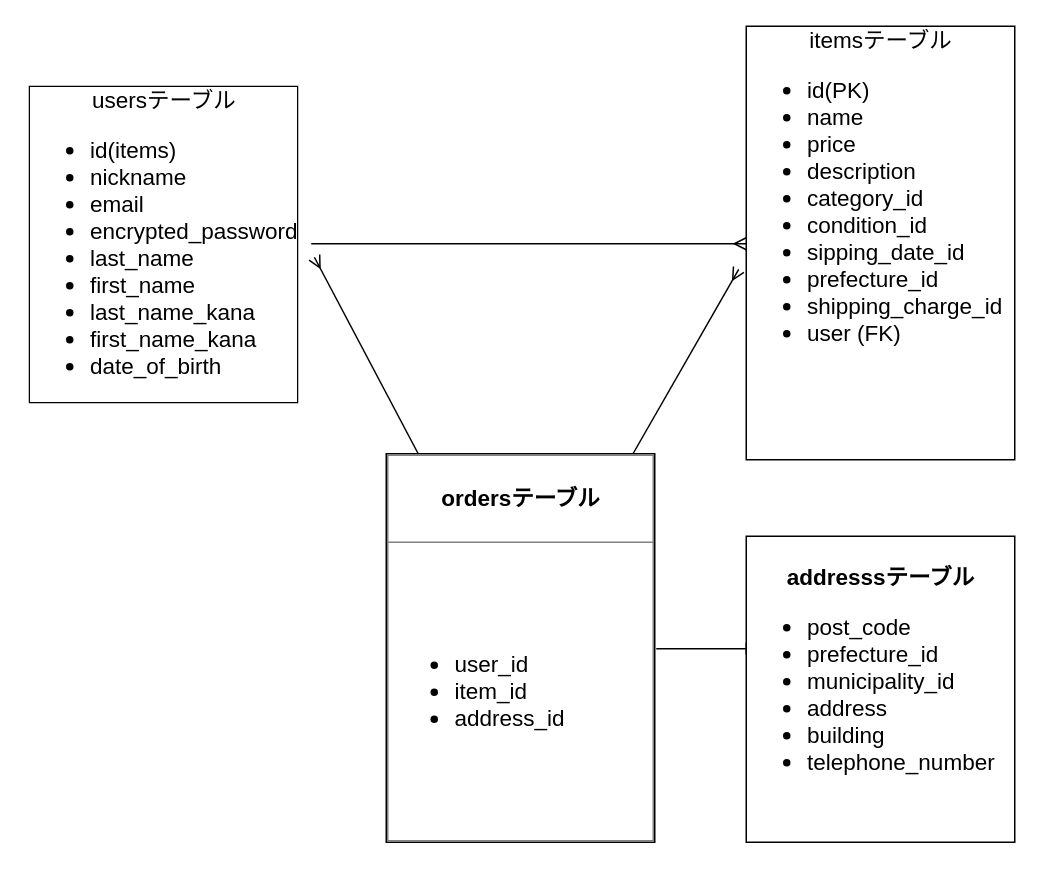
Above: test.dio in sadaharuuu1023/furima-39556 (draw.io), before the change. Source tidied: cells renumbered, new cells numbered last; positions are measured from the earlier drawing's top-left corner, leaving out a move shared by most shapes. Both pictures are drawn from the tidied source at 150%, with x=0, y=0 at pixel (26, 26).
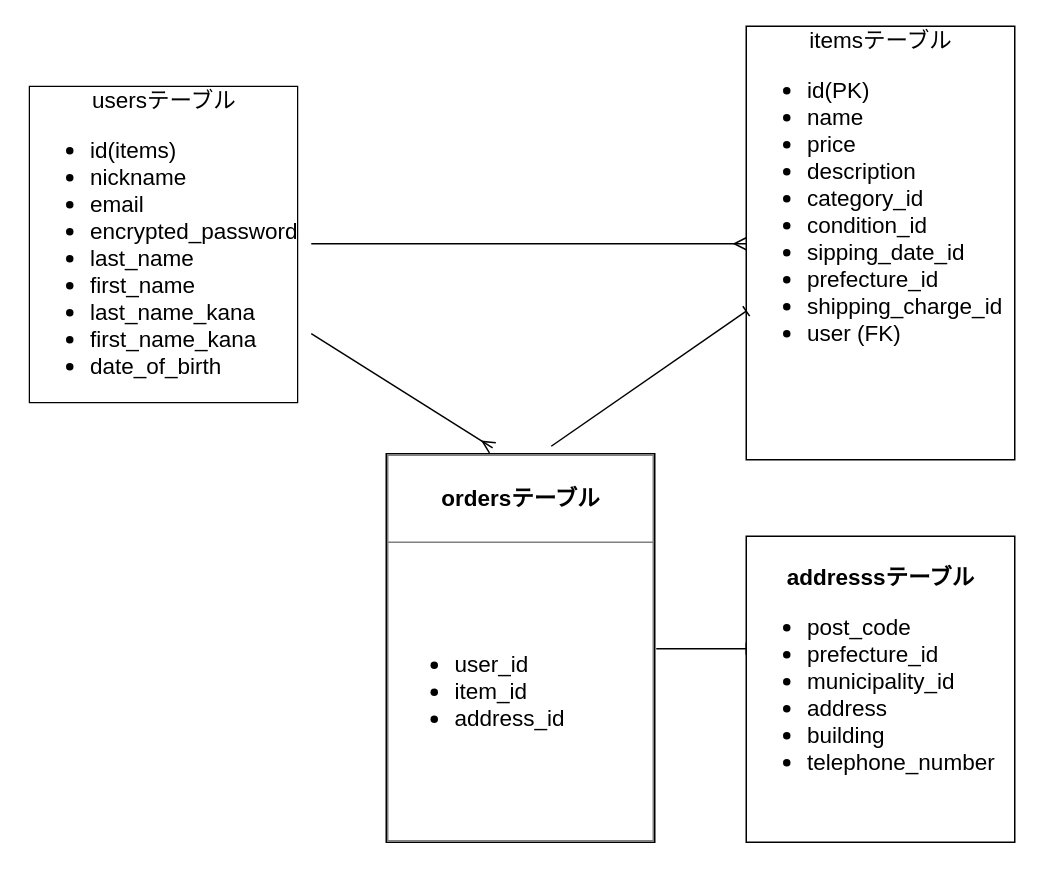
The same page after the edit.

The edit, as a diff of the source:
```diff
@@
 <mxGraphModel>
   <root>
     <mxCell id="0" />
     <mxCell id="1" parent="0" />
     <mxCell id="2" style="edgeStyle=none;html=1;exitX=1;exitY=0.5;exitDx=0;exitDy=0;fontSize=15;rounded=1;endArrow=ERmany;endFill=0;" parent="1" edge="1" source="3" target="4">
       <mxGeometry relative="1" as="geometry" />
     </mxCell>
+    <mxCell id="10" style="edgeStyle=none;html=1;entryX=0.394;entryY=-0.015;entryDx=0;entryDy=0;entryPerimeter=0;endArrow=ERmany;endFill=0;" parent="1" edge="1" source="3" target="8">
+      <mxGeometry relative="1" as="geometry" />
+    </mxCell>
     <mxCell id="3" value="&lt;div style=&quot;text-align: center; font-size: 15px;&quot;&gt;&lt;span style=&quot;background-color: initial;&quot;&gt;&lt;font style=&quot;font-size: 15px;&quot;&gt;usersテーブル&lt;/font&gt;&lt;/span&gt;&lt;/div&gt;&lt;ul style=&quot;font-size: 15px;&quot;&gt;&lt;li style=&quot;&quot;&gt;&lt;font style=&quot;font-size: 15px;&quot;&gt;id(items)&lt;/font&gt;&lt;/li&gt;&lt;li style=&quot;&quot;&gt;&lt;font style=&quot;font-size: 15px;&quot;&gt;nickname&lt;/font&gt;&lt;/li&gt;&lt;li style=&quot;&quot;&gt;&lt;font style=&quot;font-size: 15px;&quot;&gt;email&lt;/font&gt;&lt;/li&gt;&lt;li style=&quot;&quot;&gt;&lt;font style=&quot;font-size: 15px;&quot;&gt;encrypted_password&lt;/font&gt;&lt;/li&gt;&lt;li style=&quot;&quot;&gt;&lt;font style=&quot;font-size: 15px;&quot;&gt;last_name&lt;/font&gt;&lt;/li&gt;&lt;li style=&quot;&quot;&gt;&lt;font style=&quot;font-size: 15px;&quot;&gt;first_name&lt;/font&gt;&lt;/li&gt;&lt;li style=&quot;&quot;&gt;&lt;font style=&quot;font-size: 15px;&quot;&gt;last_name_kana&lt;/font&gt;&lt;/li&gt;&lt;li style=&quot;&quot;&gt;&lt;font style=&quot;font-size: 15px;&quot;&gt;first_name_kana&lt;/font&gt;&lt;/li&gt;&lt;li style=&quot;&quot;&gt;&lt;font style=&quot;font-size: 15px;&quot;&gt;date_of_birth&lt;/font&gt;&lt;/li&gt;&lt;/ul&gt;" style="text;strokeColor=none;fillColor=none;html=1;whiteSpace=wrap;verticalAlign=middle;overflow=hidden;rounded=1;align=left;labelBackgroundColor=none;labelBorderColor=default;" parent="1" vertex="1">
       <mxGeometry width="190" height="290" as="geometry" />
     </mxCell>
     <mxCell id="4" value="&lt;font style=&quot;font-size: 15px;&quot;&gt;itemsテーブル&lt;/font&gt;&lt;br&gt;&lt;ul style=&quot;font-size: 15px;&quot;&gt;&lt;li style=&quot;text-align: left;&quot;&gt;id(PK)&lt;/li&gt;&lt;li style=&quot;text-align: left;&quot;&gt;name&lt;/li&gt;&lt;li style=&quot;text-align: left;&quot;&gt;price&lt;/li&gt;&lt;li style=&quot;text-align: left;&quot;&gt;description&lt;/li&gt;&lt;li style=&quot;text-align: left;&quot;&gt;category_id&lt;/li&gt;&lt;li style=&quot;text-align: left;&quot;&gt;condition_id&lt;/li&gt;&lt;li style=&quot;text-align: left;&quot;&gt;sipping_date_id&lt;/li&gt;&lt;li style=&quot;text-align: left;&quot;&gt;prefecture_id&lt;/li&gt;&lt;li style=&quot;text-align: left;&quot;&gt;shipping_charge_id&lt;/li&gt;&lt;li style=&quot;text-align: left;&quot;&gt;user (FK)&lt;/li&gt;&lt;/ul&gt;" style="text;html=1;whiteSpace=wrap;strokeColor=none;fillColor=none;overflow=fill;rounded=1;labelBackgroundColor=none;labelBorderColor=default;align=center;" parent="1" vertex="1">
       <mxGeometry x="480" width="180" height="290" as="geometry" />
     </mxCell>
-    <mxCell id="5" style="edgeStyle=none;html=1;entryX=1.011;entryY=0.531;entryDx=0;entryDy=0;entryPerimeter=0;endArrow=ERmany;endFill=0;" parent="1" edge="1" source="8" target="3">
-      <mxGeometry relative="1" as="geometry" />
-    </mxCell>
-    <mxCell id="6" style="edgeStyle=none;html=1;entryX=-0.028;entryY=0.559;entryDx=0;entryDy=0;entryPerimeter=0;endArrow=ERmany;endFill=0;" parent="1" edge="1" source="8" target="4">
-      <mxGeometry relative="1" as="geometry" />
-    </mxCell>
     <mxCell id="7" style="edgeStyle=none;html=1;entryX=0;entryY=0.366;entryDx=0;entryDy=0;entryPerimeter=0;endArrow=baseDash;endFill=0;" parent="1" edge="1" source="8" target="9">
       <mxGeometry relative="1" as="geometry" />
     </mxCell>
+    <mxCell id="11" style="edgeStyle=none;html=1;entryX=0;entryY=0.655;entryDx=0;entryDy=0;entryPerimeter=0;endArrow=baseDash;endFill=0;" parent="1" edge="1" target="4">
+      <mxGeometry relative="1" as="geometry">
+        <mxPoint x="350" y="280" as="sourcePoint" />
+      </mxGeometry>
+    </mxCell>
     <mxCell id="8" value="&lt;table border=&quot;1&quot; width=&quot;100%&quot; height=&quot;100%&quot; cellpadding=&quot;4&quot; style=&quot;width:100%;height:100%;border-collapse:collapse;&quot;&gt;&lt;tbody&gt;&lt;tr&gt;&lt;th align=&quot;center&quot;&gt;ordersテーブル&lt;/th&gt;&lt;/tr&gt;&lt;tr&gt;&lt;td&gt;&lt;ul&gt;&lt;li&gt;user_id&lt;/li&gt;&lt;li&gt;item_id&lt;/li&gt;&lt;li&gt;address_id&lt;/li&gt;&lt;/ul&gt;&lt;/td&gt;&lt;/tr&gt;&lt;/tbody&gt;&lt;/table&gt;" style="text;html=1;whiteSpace=wrap;strokeColor=none;fillColor=none;overflow=fill;rounded=1;labelBackgroundColor=none;labelBorderColor=default;fontSize=15;" parent="1" vertex="1">
       <mxGeometry x="240" y="285" width="180" height="260" as="geometry" />
     </mxCell>
     <mxCell id="9" value="&amp;nbsp;&lt;br&gt;&lt;b&gt;addresssテーブル&lt;/b&gt;&lt;br&gt;&lt;ul&gt;&lt;li style=&quot;text-align: left;&quot;&gt;post_code&lt;/li&gt;&lt;li style=&quot;text-align: left;&quot;&gt;prefecture_id&lt;/li&gt;&lt;li style=&quot;text-align: left;&quot;&gt;municipality_id&lt;/li&gt;&lt;li style=&quot;text-align: left;&quot;&gt;address&lt;/li&gt;&lt;li style=&quot;text-align: left;&quot;&gt;building&lt;/li&gt;&lt;li style=&quot;text-align: left;&quot;&gt;telephone_number&lt;/li&gt;&lt;/ul&gt;" style="text;html=1;whiteSpace=wrap;strokeColor=none;fillColor=none;overflow=fill;rounded=1;labelBackgroundColor=none;labelBorderColor=default;fontSize=15;align=center;" parent="1" vertex="1">
       <mxGeometry x="480" y="340" width="180" height="205" as="geometry" />
     </mxCell>
   </root>
 </mxGraphModel>
```
